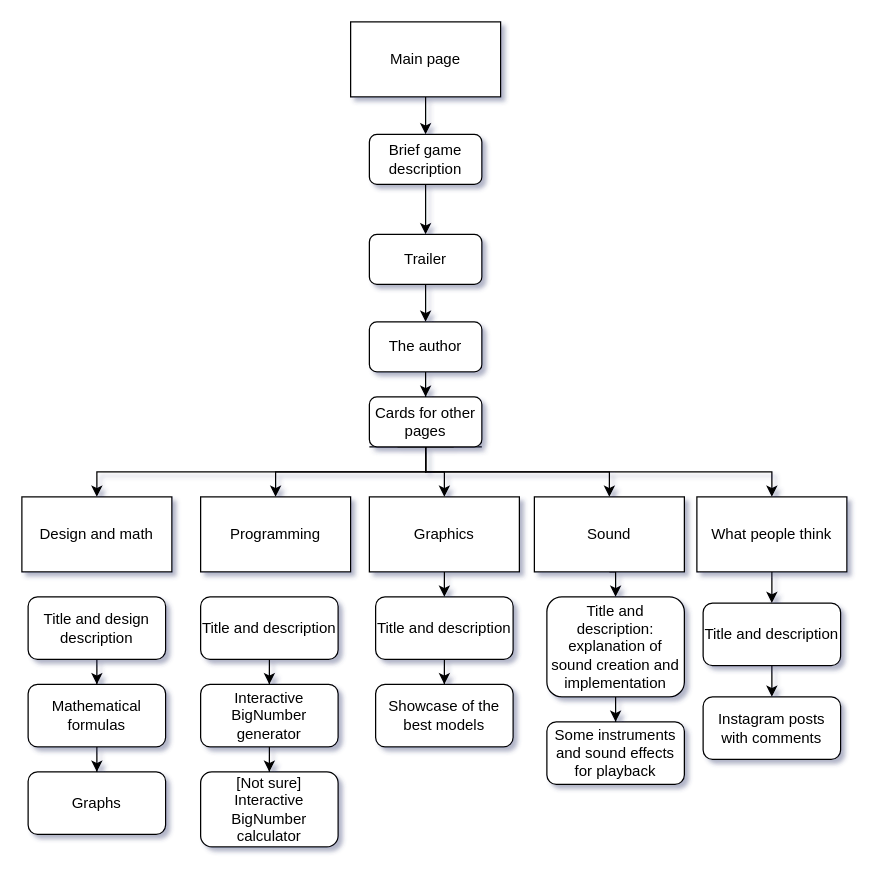
This is MusiclickerWebsite-UX.drawio from LucaVaccari/Musiclicker-website, a draw.io file, before an edit. Source tidied: cells renumbered, new cells numbered last; positions are measured from the earlier drawing's top-left corner, leaving out a move shared by most shapes. Both pictures are drawn from the tidied source at 125%, with x=0, y=0 at pixel (21, 21).
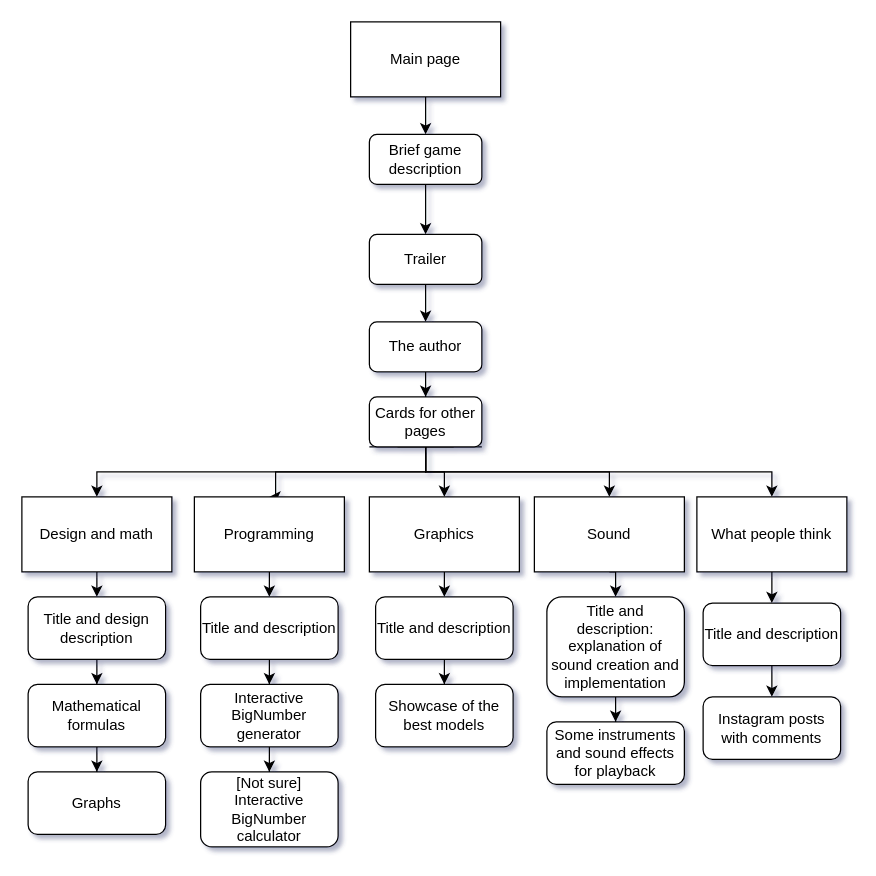
Above is the later version.

The change refers to these unchanged cells:
```xml
<mxCell id="14" value="Design and math" style="rounded=0;whiteSpace=wrap;html=1;" parent="1" vertex="1">
  <mxGeometry y="380" width="120" height="60" as="geometry" />
</mxCell>
<mxCell id="25" value="Title and design description" style="rounded=1;whiteSpace=wrap;html=1;" parent="1" vertex="1">
  <mxGeometry x="5" y="460" width="110" height="50" as="geometry" />
</mxCell>
<mxCell id="30" value="Title and description" style="rounded=1;whiteSpace=wrap;html=1;" parent="1" vertex="1">
  <mxGeometry x="143" y="460" width="110" height="50" as="geometry" />
</mxCell>
```

Diff of the diagram source:
```diff
@@
+    <mxCell id="43" style="edgeStyle=orthogonalEdgeStyle;rounded=0;jettySize=auto;html=1;exitX=0.5;exitY=1;exitDx=0;exitDy=0;entryX=0.5;entryY=0;entryDx=0;entryDy=0;" parent="1" edge="1" source="14" target="25">
+      <mxGeometry relative="1" as="geometry" />
+    </mxCell>
@@
+    <mxCell id="44" style="edgeStyle=orthogonalEdgeStyle;rounded=0;jettySize=auto;html=1;exitX=0.5;exitY=1;exitDx=0;exitDy=0;entryX=0.5;entryY=0;entryDx=0;entryDy=0;" parent="1" edge="1" source="15" target="30">
+      <mxGeometry relative="1" as="geometry" />
+    </mxCell>
     <mxCell id="15" value="Programming" style="rounded=0;whiteSpace=wrap;html=1;" parent="1" vertex="1">
-      <mxGeometry x="143" y="380" width="120" height="60" as="geometry" />
+      <mxGeometry x="138" y="380" width="120" height="60" as="geometry" />
     </mxCell>
```
